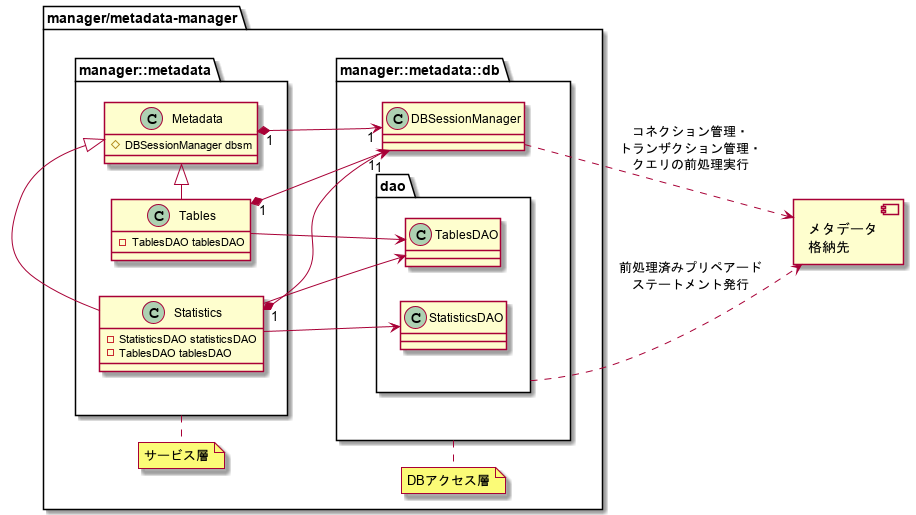
Before: metadata-manager/docs/statistic/02.FD/out/uml/ClassDiagram_detail/ClassDiagram_overview_dao.png, a diagram exported from PlantUML (project-tsurugi/metadata-manager).
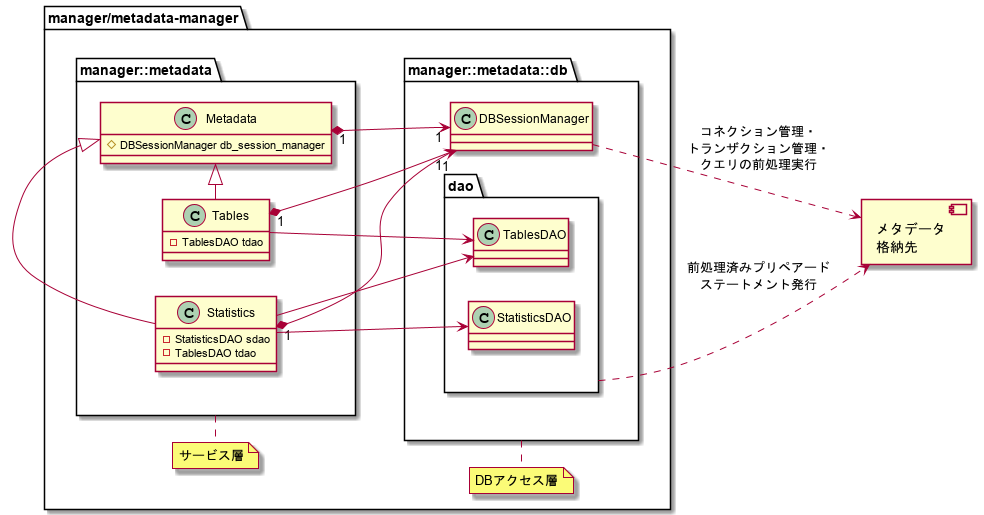
The same file after the commit.

The edit, as a diff of the source:
```diff
@@ -23,16 +23,16 @@
   package manager::metadata as manager_metadata{
 
     class "Metadata" as Metadata {
-      {field}#DBSessionManager dbsm
+      {field}#DBSessionManager db_session_manager
     }
 
     class Statistics {
-      {field}-StatisticsDAO statisticsDAO
-      {field}-TablesDAO tablesDAO
+      {field}-StatisticsDAO sdao
+      {field}-TablesDAO tdao
     }
 
     class Tables{
-      {field}-TablesDAO tablesDAO
+      {field}-TablesDAO tdao
     }
 
   }
```
